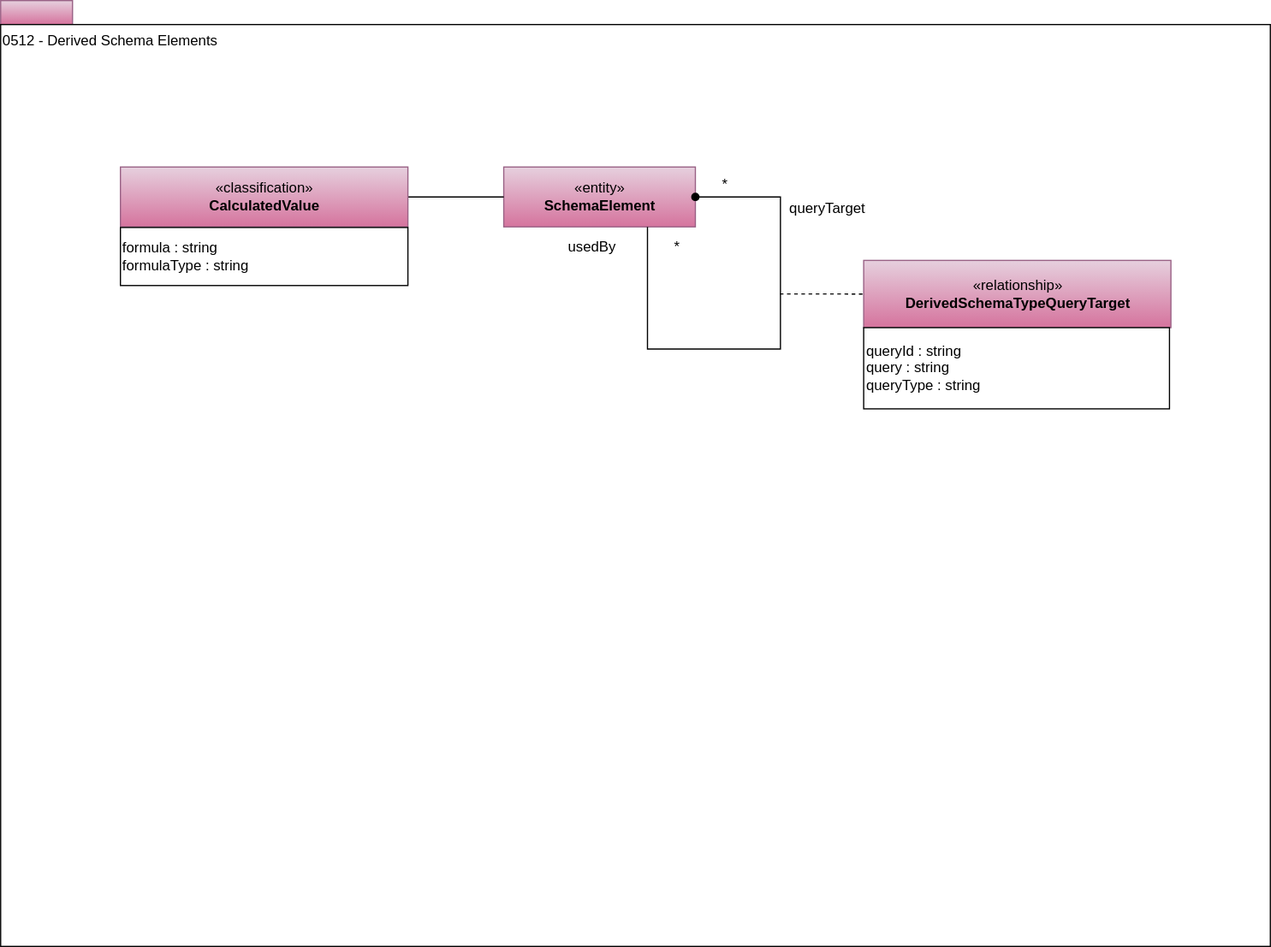
Before: site/docs/types/5/0512-Derived-Schema-Elements.svg, a diagram exported from draw.io (odpi/egeria-docs). Source tidied: cells renumbered, new cells last; positions are measured from the earlier drawing's top-left corner, leaving out a move shared by most shapes.
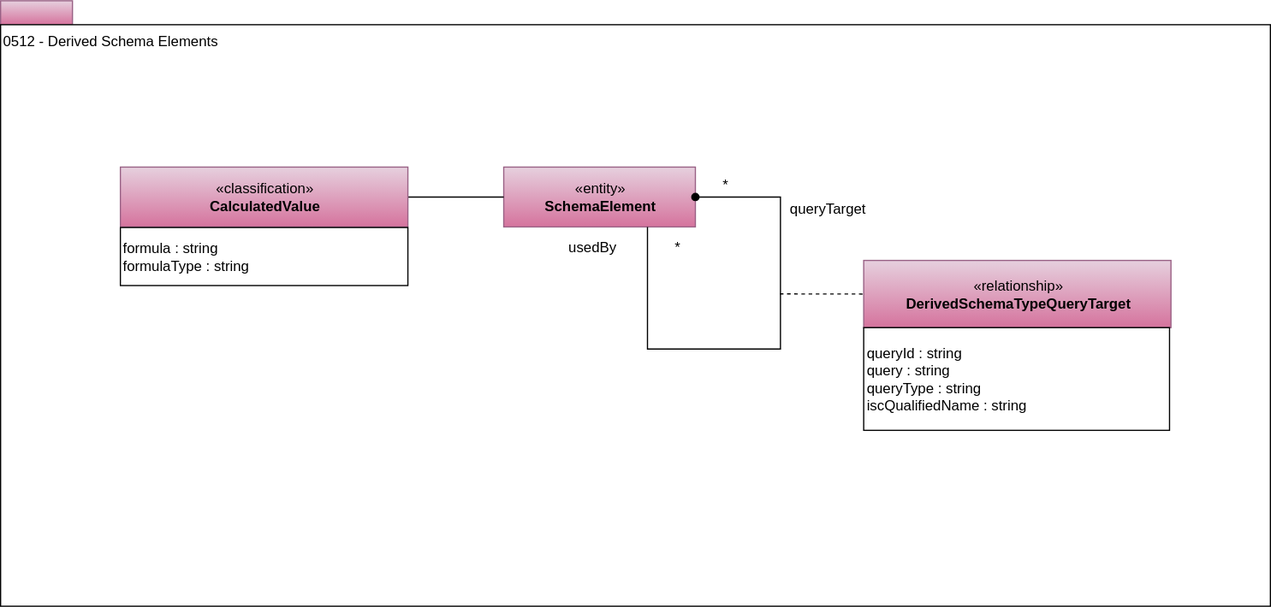
Above is the later version.

Change to the diagram source:
```diff
@@ -6,7 +6,7 @@
       <mxGeometry width="60" height="20" as="geometry" />
     </mxCell>
     <mxCell id="3" value="0512 - Derived Schema Elements" style="rounded=0;whiteSpace=wrap;html=1;align=left;verticalAlign=top;" parent="1" vertex="1">
-      <mxGeometry y="20" width="1060" height="770" as="geometry" />
+      <mxGeometry y="20" width="1060" height="486" as="geometry" />
     </mxCell>
     <mxCell id="4" value="«entity»&lt;br&gt;&lt;b&gt;SchemaElement&lt;/b&gt;" style="html=1;strokeColor=#996185;align=center;fillColor=#e6d0de;gradientColor=#d5739d;" parent="1" vertex="1">
       <mxGeometry x="420" y="139" width="160" height="50" as="geometry" />
@@ -29,13 +29,13 @@
       </mxGeometry>
     </mxCell>
     <mxCell id="10" style="group;" parent="1" vertex="1">
-      <mxGeometry x="720.5" y="217" width="256.5" height="124" as="geometry" />
+      <mxGeometry x="720.5" y="217" width="256.5" height="142" as="geometry" />
     </mxCell>
     <mxCell id="11" value="«relationship»&lt;br&gt;&lt;b&gt;DerivedSchemaTypeQueryTarget&lt;/b&gt;" style="html=1;strokeColor=#996185;align=center;fillColor=#e6d0de;gradientColor=#d5739d;" parent="10" vertex="1">
       <mxGeometry width="256.5" height="56.2" as="geometry" />
     </mxCell>
-    <mxCell id="12" value="&lt;div style=&quot;text-align: left&quot;&gt;&lt;span&gt;queryId : string&lt;/span&gt;&lt;/div&gt;&lt;div style=&quot;text-align: left&quot;&gt;&lt;span&gt;query : string&lt;/span&gt;&lt;/div&gt;&lt;div style=&quot;text-align: left&quot;&gt;&lt;span&gt;queryType : string&lt;/span&gt;&lt;/div&gt;" style="rounded=0;whiteSpace=wrap;html=1;strokeColor=#000000;gradientColor=#ffffff;align=left;" parent="10" vertex="1">
-      <mxGeometry y="56.2" width="255.3" height="67.8" as="geometry" />
+    <mxCell id="12" value="&lt;div style=&quot;text-align: left&quot;&gt;&lt;span&gt;queryId : string&lt;/span&gt;&lt;/div&gt;&lt;div style=&quot;text-align: left&quot;&gt;&lt;span&gt;query : string&lt;/span&gt;&lt;/div&gt;&lt;div style=&quot;text-align: left&quot;&gt;&lt;span&gt;queryType : string&lt;/span&gt;&lt;/div&gt;&lt;div style=&quot;text-align: left&quot;&gt;&lt;span&gt;iscQualifiedName : string&lt;/span&gt;&lt;/div&gt;" style="rounded=0;whiteSpace=wrap;html=1;strokeColor=#000000;gradientColor=#ffffff;align=left;" parent="10" vertex="1">
+      <mxGeometry y="56.2" width="255.3" height="85.8" as="geometry" />
     </mxCell>
     <mxCell id="13" style="edgeStyle=orthogonalEdgeStyle;rounded=0;jettySize=auto;html=1;exitX=1;exitY=0.5;exitDx=0;exitDy=0;entryX=0;entryY=0.5;entryDx=0;entryDy=0;startSize=6;endArrow=none;endFill=0;endSize=16;" parent="1" edge="1" source="14" target="4">
       <mxGeometry relative="1" as="geometry" />
```
